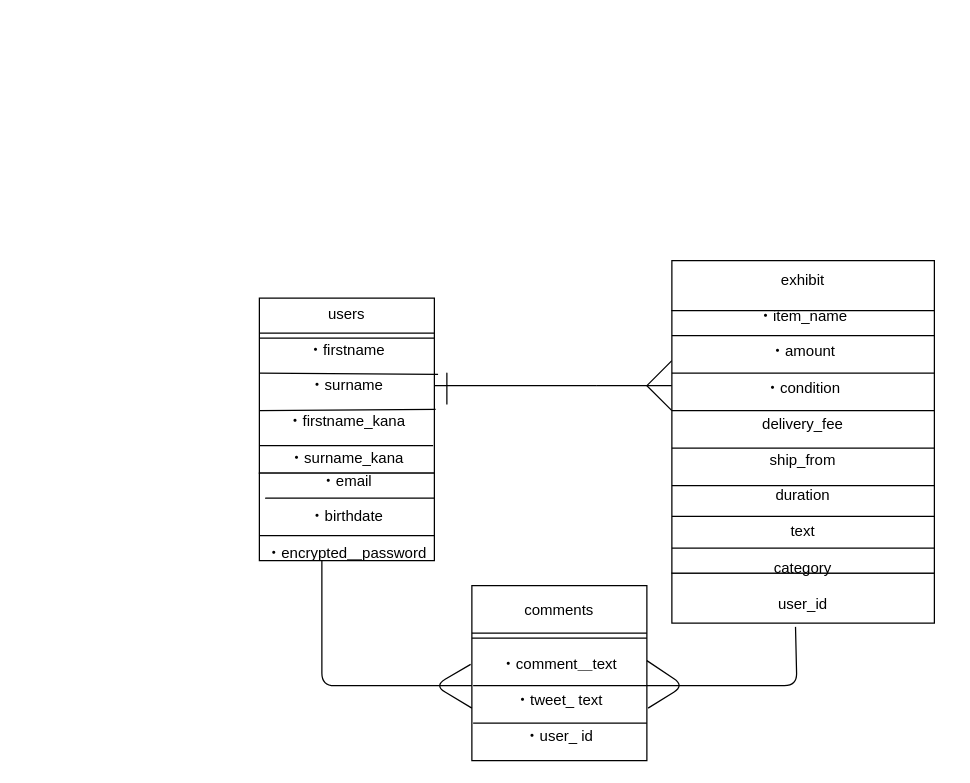
Earlier version of the draw.io diagram ER.dio (Layla3110/furima-29130). Source tidied: cells renumbered, new cells numbered last; positions are measured from the earlier drawing's top-left corner, leaving out a move shared by most shapes. Both pictures are drawn from the tidied source at 125%, with x=0, y=0 at pixel (259, 260).
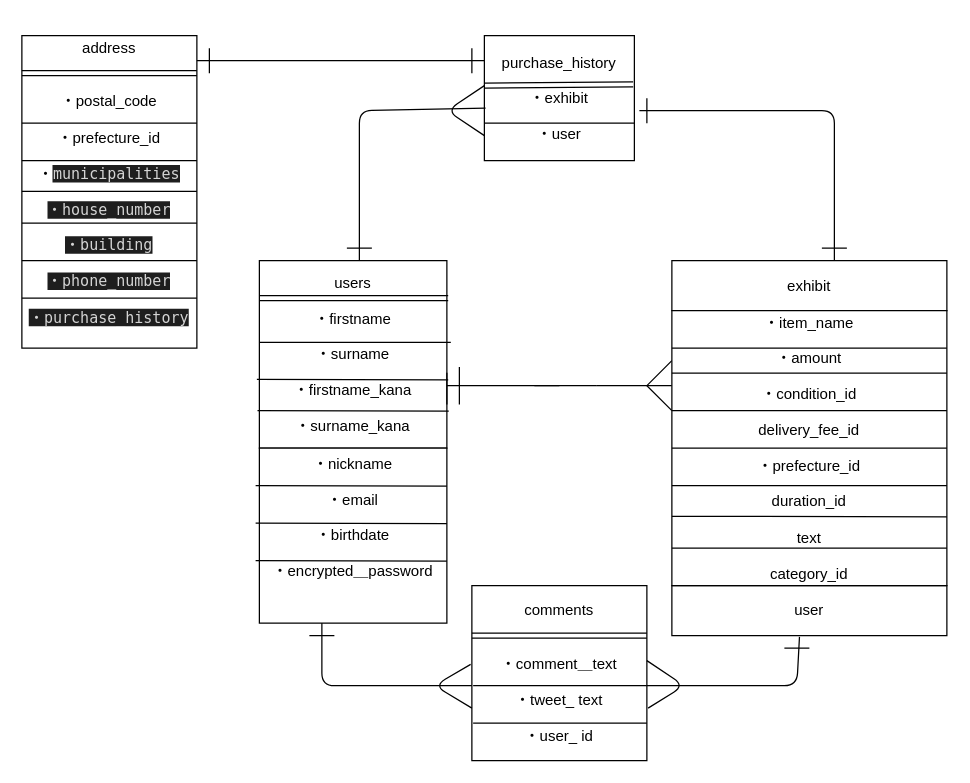
The same diagram, later.

Commit message:
テーブル設計１０

Diff of the diagram source:
```diff
@@
     <mxCell id="2" style="rounded=0;whiteSpace=wrap;html=1;" parent="1" vertex="1">
-      <mxGeometry x="330" width="210" height="40" as="geometry" />
+      <mxGeometry x="330" width="220" height="40" as="geometry" />
     </mxCell>
     <mxCell id="3" style="rounded=0;whiteSpace=wrap;html=1;" parent="1" vertex="1">
-      <mxGeometry x="330" y="250" width="210" height="40" as="geometry" />
+      <mxGeometry x="330" y="260" width="220" height="40" as="geometry" />
     </mxCell>
@@
     <mxCell id="8" value="users&lt;br&gt;&lt;br&gt;・firstname&lt;br&gt;&lt;br&gt;・surname&lt;br&gt;&lt;br&gt;・firstname_kana&lt;br&gt;&lt;br&gt;・surname_kana" style="whiteSpace=wrap;html=1;" parent="1" vertex="1">
-      <mxGeometry y="30" width="140" height="140" as="geometry" />
+      <mxGeometry width="150" height="150" as="geometry" />
     </mxCell>
-    <mxCell id="9" style="shape=link;html=1;" parent="1" edge="1">
+    <mxCell id="9" style="shape=link;html=1;entryX=1.007;entryY=0.2;entryDx=0;entryDy=0;entryPerimeter=0;" parent="1" edge="1" target="8">
       <mxGeometry relative="1" as="geometry">
-        <mxPoint y="60" as="sourcePoint" />
-        <mxPoint x="140" y="60" as="targetPoint" />
+        <mxPoint y="30" as="sourcePoint" />
       </mxGeometry>
     </mxCell>
-    <mxCell id="10" style="endArrow=none;html=1;" parent="1" edge="1">
-      <mxGeometry relative="1" as="geometry">
-        <mxPoint y="148" as="sourcePoint" />
-        <mxPoint x="139" y="148" as="targetPoint" />
-      </mxGeometry>
-    </mxCell>
-    <mxCell id="11" style="endArrow=none;html=1;entryX=1.021;entryY=0.436;entryDx=0;entryDy=0;entryPerimeter=0;" parent="1" edge="1" target="8">
-      <mxGeometry relative="1" as="geometry">
-        <mxPoint y="90" as="sourcePoint" />
-      </mxGeometry>
+    <mxCell id="11" style="endArrow=none;html=1;entryX=1.021;entryY=0.436;entryDx=0;entryDy=0;entryPerimeter=0;exitX=0;exitY=0.436;exitDx=0;exitDy=0;exitPerimeter=0;" parent="1" edge="1" source="8" target="8">
+      <mxGeometry relative="1" as="geometry" />
     </mxCell>
     <mxCell id="12" style="endArrow=none;html=1;entryX=1.007;entryY=0.636;entryDx=0;entryDy=0;entryPerimeter=0;" parent="1" edge="1" target="8">
       <mxGeometry relative="1" as="geometry">
-        <mxPoint y="120" as="sourcePoint" />
+        <mxPoint x="-2" y="95" as="sourcePoint" />
       </mxGeometry>
     </mxCell>
@@
-    <mxCell id="23" value="・email&lt;br&gt;&lt;br&gt;・birthdate&lt;br&gt;&lt;br&gt;・encrypted＿password" style="rounded=0;whiteSpace=wrap;html=1;" parent="1" vertex="1">
-      <mxGeometry y="170" width="140" height="70" as="geometry" />
+    <mxCell id="23" value="・nickname&lt;br&gt;&lt;br&gt;・email&lt;br&gt;&lt;br&gt;・birthdate&lt;br&gt;&lt;br&gt;・encrypted＿password&lt;br&gt;&lt;br&gt;&lt;br&gt;" style="rounded=0;whiteSpace=wrap;html=1;" parent="1" vertex="1">
+      <mxGeometry y="150" width="150" height="140" as="geometry" />
     </mxCell>
-    <mxCell id="24" style="endArrow=none;html=1;" parent="1" edge="1">
-      <mxGeometry relative="1" as="geometry">
-        <mxPoint x="110" y="190" as="sourcePoint" />
-        <mxPoint x="140" y="190" as="targetPoint" />
-        <Array as="points">
-          <mxPoint y="190" />
-          <mxPoint x="70" y="190" />
-        </Array>
-      </mxGeometry>
-    </mxCell>
-    <mxCell id="25" style="endArrow=none;html=1;" parent="1" edge="1">
-      <mxGeometry relative="1" as="geometry">
-        <mxPoint y="220" as="sourcePoint" />
-        <mxPoint x="140" y="220" as="targetPoint" />
-      </mxGeometry>
-    </mxCell>
-    <mxCell id="26" value="exhibit&lt;br&gt;&lt;br&gt;・item_name&lt;br&gt;&lt;br&gt;・amount&lt;br&gt;&lt;br&gt;・condition&lt;br&gt;&lt;br&gt;delivery_fee&lt;br&gt;&lt;br&gt;ship_from&lt;br&gt;&lt;br&gt;duration&lt;br&gt;&lt;br&gt;text&lt;br&gt;&lt;br&gt;category&lt;br&gt;&lt;br&gt;user_id" style="whiteSpace=wrap;html=1;" parent="1" vertex="1">
-      <mxGeometry x="330" y="40" width="210" height="210" as="geometry" />
+    <mxCell id="26" value="exhibit&lt;br&gt;&lt;br&gt;・item_name&lt;br&gt;&lt;br&gt;・amount&lt;br&gt;&lt;br&gt;・condition_id&lt;br&gt;&lt;br&gt;delivery_fee_id&lt;br&gt;&lt;br&gt;・prefecture_id&lt;br&gt;&lt;br&gt;duration_id&lt;br&gt;&lt;br&gt;text&lt;br&gt;&lt;br&gt;category_id&lt;br&gt;&lt;br&gt;user" style="whiteSpace=wrap;html=1;" parent="1" vertex="1">
+      <mxGeometry x="330" y="40" width="220" height="220" as="geometry" />
     </mxCell>
@@
     <mxCell id="28" style="endArrow=none;html=1;" parent="1" edge="1">
       <mxGeometry relative="1" as="geometry">
-        <mxPoint x="330" y="60" as="sourcePoint" />
-        <mxPoint x="540" y="60" as="targetPoint" />
+        <mxPoint x="330" y="70" as="sourcePoint" />
+        <mxPoint x="550" y="70" as="targetPoint" />
       </mxGeometry>
     </mxCell>
     <mxCell id="29" style="endArrow=none;html=1;" parent="1" edge="1">
       <mxGeometry relative="1" as="geometry">
         <mxPoint x="330" y="90" as="sourcePoint" />
-        <mxPoint x="540" y="90" as="targetPoint" />
+        <mxPoint x="550" y="90" as="targetPoint" />
       </mxGeometry>
     </mxCell>
     <mxCell id="30" style="endArrow=none;html=1;" parent="1" edge="1">
       <mxGeometry relative="1" as="geometry">
         <mxPoint x="330" y="120" as="sourcePoint" />
-        <mxPoint x="540" y="120" as="targetPoint" />
+        <mxPoint x="550" y="120" as="targetPoint" />
       </mxGeometry>
     </mxCell>
     <mxCell id="31" style="endArrow=none;html=1;" parent="1" edge="1">
       <mxGeometry relative="1" as="geometry">
         <mxPoint x="330" y="180" as="sourcePoint" />
-        <mxPoint x="540" y="180" as="targetPoint" />
+        <mxPoint x="550" y="180" as="targetPoint" />
       </mxGeometry>
     </mxCell>
     <mxCell id="32" style="endArrow=none;html=1;" parent="1" edge="1">
       <mxGeometry relative="1" as="geometry">
         <mxPoint x="330" y="204.5" as="sourcePoint" />
-        <mxPoint x="540" y="204.5" as="targetPoint" />
+        <mxPoint x="550" y="205" as="targetPoint" />
       </mxGeometry>
     </mxCell>
-    <mxCell id="33" style="endArrow=none;html=1;" parent="1" edge="1">
+    <mxCell id="33" style="endArrow=none;html=1;entryX=1;entryY=0.5;entryDx=0;entryDy=0;" parent="1" edge="1" target="26">
       <mxGeometry relative="1" as="geometry">
         <mxPoint x="330" y="150" as="sourcePoint" />
-        <mxPoint x="540" y="150" as="targetPoint" />
       </mxGeometry>
     </mxCell>
     <mxCell id="34" style="endArrow=none;html=1;" parent="1" edge="1">
       <mxGeometry relative="1" as="geometry">
         <mxPoint x="330" y="230" as="sourcePoint" />
-        <mxPoint x="540" y="230" as="targetPoint" />
+        <mxPoint x="550" y="230" as="targetPoint" />
       </mxGeometry>
     </mxCell>
-    <mxCell id="35" style="endArrow=none;html=1;entryX=0.471;entryY=1.075;entryDx=0;entryDy=0;entryPerimeter=0;" parent="1" edge="1" target="3">
+    <mxCell id="35" style="endArrow=none;html=1;entryX=0.464;entryY=1.025;entryDx=0;entryDy=0;entryPerimeter=0;" parent="1" edge="1" target="3">
       <mxGeometry relative="1" as="geometry">
         <mxPoint x="310" y="340" as="sourcePoint" />
         <Array as="points">
           <mxPoint x="430" y="340" />
         </Array>
       </mxGeometry>
     </mxCell>
+    <mxCell id="36" style="endArrow=none;html=1;entryX=1.007;entryY=0.636;entryDx=0;entryDy=0;entryPerimeter=0;" parent="1" edge="1">
+      <mxGeometry relative="1" as="geometry">
+        <mxPoint x="-1.5" y="120" as="sourcePoint" />
+        <mxPoint x="151.5" y="120.4" as="targetPoint" />
+      </mxGeometry>
+    </mxCell>
+    <mxCell id="37" style="endArrow=none;html=1;entryX=1.007;entryY=0.636;entryDx=0;entryDy=0;entryPerimeter=0;" parent="1" edge="1">
+      <mxGeometry relative="1" as="geometry">
+        <mxPoint x="-3" y="240" as="sourcePoint" />
+        <mxPoint x="150" y="240.4" as="targetPoint" />
+      </mxGeometry>
+    </mxCell>
+    <mxCell id="38" style="endArrow=none;html=1;entryX=1.007;entryY=0.636;entryDx=0;entryDy=0;entryPerimeter=0;" parent="1" edge="1">
+      <mxGeometry relative="1" as="geometry">
+        <mxPoint x="-3" y="210" as="sourcePoint" />
+        <mxPoint x="150" y="210.4" as="targetPoint" />
+      </mxGeometry>
+    </mxCell>
+    <mxCell id="39" style="endArrow=none;html=1;entryX=1.007;entryY=0.636;entryDx=0;entryDy=0;entryPerimeter=0;" parent="1" edge="1">
+      <mxGeometry relative="1" as="geometry">
+        <mxPoint x="-3" y="180" as="sourcePoint" />
+        <mxPoint x="150" y="180.4" as="targetPoint" />
+      </mxGeometry>
+    </mxCell>
+    <mxCell id="40" value="purchase_history&lt;br&gt;&lt;br&gt;・exhibit&lt;br&gt;&lt;br&gt;・user" style="rounded=0;whiteSpace=wrap;html=1;" parent="1" vertex="1">
+      <mxGeometry x="180" y="-180" width="120" height="100" as="geometry" />
+    </mxCell>
+    <mxCell id="41" style="endArrow=none;html=1;" parent="1" edge="1">
+      <mxGeometry relative="1" as="geometry">
+        <mxPoint x="180" y="-110" as="sourcePoint" />
+        <mxPoint x="300" y="-110" as="targetPoint" />
+      </mxGeometry>
+    </mxCell>
+    <mxCell id="42" style="shape=link;html=1;entryX=0.992;entryY=0.39;entryDx=0;entryDy=0;entryPerimeter=0;" parent="1" edge="1" target="40">
+      <mxGeometry relative="1" as="geometry">
+        <mxPoint x="180" y="-140" as="sourcePoint" />
+      </mxGeometry>
+    </mxCell>
+    <mxCell id="43" value="&lt;br&gt;address&lt;br&gt;&lt;br&gt;&lt;br&gt;・postal_code&lt;br&gt;&lt;br&gt;・prefecture_id&lt;br&gt;&lt;br&gt;・&lt;span style=&quot;background-color: rgb(30 , 30 , 30) ; color: rgb(212 , 212 , 212) ; font-family: &amp;#34;menlo&amp;#34; , &amp;#34;monaco&amp;#34; , &amp;#34;courier new&amp;#34; , monospace&quot;&gt;municipalities&lt;br&gt;&lt;br&gt;・house_number&lt;br&gt;&lt;br&gt;・building&lt;br&gt;&lt;br&gt;・phone_number&lt;br&gt;&lt;br&gt;・purchase_history&lt;br&gt;&lt;br&gt;&lt;br&gt;&lt;/span&gt;" style="rounded=0;whiteSpace=wrap;html=1;" parent="1" vertex="1">
+      <mxGeometry x="-190" y="-180" width="140" height="250" as="geometry" />
+    </mxCell>
+    <mxCell id="44" style="shape=link;html=1;" parent="1" edge="1">
+      <mxGeometry relative="1" as="geometry">
+        <mxPoint x="-50" y="-150" as="sourcePoint" />
+        <mxPoint x="-190" y="-150" as="targetPoint" />
+      </mxGeometry>
+    </mxCell>
+    <mxCell id="45" style="endArrow=none;html=1;" parent="1" edge="1">
+      <mxGeometry relative="1" as="geometry">
+        <mxPoint x="-190" y="30" as="sourcePoint" />
+        <mxPoint x="-50" y="30" as="targetPoint" />
+      </mxGeometry>
+    </mxCell>
+    <mxCell id="46" style="endArrow=none;html=1;" parent="1" edge="1">
+      <mxGeometry relative="1" as="geometry">
+        <mxPoint x="-190" as="sourcePoint" />
+        <mxPoint x="-50" as="targetPoint" />
+      </mxGeometry>
+    </mxCell>
+    <mxCell id="47" style="endArrow=none;html=1;" parent="1" edge="1">
+      <mxGeometry relative="1" as="geometry">
+        <mxPoint x="-190" y="-30" as="sourcePoint" />
+        <mxPoint x="-50" y="-30" as="targetPoint" />
+      </mxGeometry>
+    </mxCell>
+    <mxCell id="48" style="endArrow=none;html=1;" parent="1" edge="1">
+      <mxGeometry relative="1" as="geometry">
+        <mxPoint x="-190" y="-55.5" as="sourcePoint" />
+        <mxPoint x="-50" y="-55.5" as="targetPoint" />
+      </mxGeometry>
+    </mxCell>
+    <mxCell id="49" style="endArrow=none;html=1;" parent="1" edge="1">
+      <mxGeometry relative="1" as="geometry">
+        <mxPoint x="-190" y="-80" as="sourcePoint" />
+        <mxPoint x="-50" y="-80" as="targetPoint" />
+      </mxGeometry>
+    </mxCell>
+    <mxCell id="50" style="endArrow=none;html=1;" parent="1" edge="1">
+      <mxGeometry relative="1" as="geometry">
+        <mxPoint x="-190" y="-110" as="sourcePoint" />
+        <mxPoint x="-50" y="-110" as="targetPoint" />
+      </mxGeometry>
+    </mxCell>
+    <mxCell id="51" style="endArrow=none;html=1;entryX=0.008;entryY=0.58;entryDx=0;entryDy=0;entryPerimeter=0;" parent="1" edge="1" target="40">
+      <mxGeometry relative="1" as="geometry">
+        <mxPoint x="80" as="sourcePoint" />
+        <Array as="points">
+          <mxPoint x="80" y="-120" />
+        </Array>
+      </mxGeometry>
+    </mxCell>
+    <mxCell id="52" style="endArrow=none;html=1;" parent="1" edge="1">
+      <mxGeometry relative="1" as="geometry">
+        <mxPoint x="180" y="-100" as="sourcePoint" />
+        <mxPoint x="180" y="-140" as="targetPoint" />
+        <Array as="points">
+          <mxPoint x="150" y="-120" />
+        </Array>
+      </mxGeometry>
+    </mxCell>
+    <mxCell id="53" style="endArrow=none;html=1;" parent="1" edge="1">
+      <mxGeometry relative="1" as="geometry">
+        <mxPoint x="460" as="sourcePoint" />
+        <mxPoint x="304" y="-120" as="targetPoint" />
+        <Array as="points">
+          <mxPoint x="460" y="-120" />
+        </Array>
+      </mxGeometry>
+    </mxCell>
+    <mxCell id="54" style="endArrow=none;html=1;" parent="1" edge="1">
+      <mxGeometry relative="1" as="geometry">
+        <mxPoint x="-50" y="-160" as="sourcePoint" />
+        <mxPoint x="180" y="-160" as="targetPoint" />
+        <Array as="points">
+          <mxPoint x="60" y="-160" />
+        </Array>
+      </mxGeometry>
+    </mxCell>
+    <mxCell id="55" style="endArrow=none;html=1;" parent="1" edge="1">
+      <mxGeometry relative="1" as="geometry">
+        <mxPoint x="310" y="-110" as="sourcePoint" />
+        <mxPoint x="310" y="-130" as="targetPoint" />
+      </mxGeometry>
+    </mxCell>
+    <mxCell id="56" style="endArrow=none;html=1;" parent="1" edge="1">
+      <mxGeometry relative="1" as="geometry">
+        <mxPoint x="160" y="115" as="sourcePoint" />
+        <mxPoint x="160" y="85" as="targetPoint" />
+        <Array as="points">
+          <mxPoint x="160" y="105" />
+        </Array>
+      </mxGeometry>
+    </mxCell>
+    <mxCell id="57" style="endArrow=none;html=1;" parent="1" edge="1">
+      <mxGeometry relative="1" as="geometry">
+        <mxPoint x="-40" y="-150" as="sourcePoint" />
+        <mxPoint x="-40" y="-170" as="targetPoint" />
+      </mxGeometry>
+    </mxCell>
+    <mxCell id="58" style="endArrow=none;html=1;" parent="1" edge="1">
+      <mxGeometry relative="1" as="geometry">
+        <mxPoint x="170" y="-150" as="sourcePoint" />
+        <mxPoint x="170" y="-170" as="targetPoint" />
+      </mxGeometry>
+    </mxCell>
+    <mxCell id="59" style="endArrow=none;html=1;" parent="1" edge="1">
+      <mxGeometry relative="1" as="geometry">
+        <mxPoint x="70" y="-10" as="sourcePoint" />
+        <mxPoint x="90" y="-10" as="targetPoint" />
+      </mxGeometry>
+    </mxCell>
+    <mxCell id="60" style="endArrow=none;html=1;" parent="1" edge="1">
+      <mxGeometry relative="1" as="geometry">
+        <mxPoint x="450" y="-10" as="sourcePoint" />
+        <mxPoint x="470" y="-10" as="targetPoint" />
+      </mxGeometry>
+    </mxCell>
+    <mxCell id="61" style="endArrow=none;html=1;" parent="1" edge="1">
+      <mxGeometry relative="1" as="geometry">
+        <mxPoint x="220" y="100" as="sourcePoint" />
+        <mxPoint x="240" y="100" as="targetPoint" />
+      </mxGeometry>
+    </mxCell>
+    <mxCell id="62" style="endArrow=none;html=1;" parent="1" edge="1">
+      <mxGeometry relative="1" as="geometry">
+        <mxPoint x="40" y="300" as="sourcePoint" />
+        <mxPoint x="60" y="300" as="targetPoint" />
+      </mxGeometry>
+    </mxCell>
+    <mxCell id="63" style="endArrow=none;html=1;" parent="1" edge="1">
+      <mxGeometry relative="1" as="geometry">
+        <mxPoint x="420" y="310" as="sourcePoint" />
+        <mxPoint x="440" y="310" as="targetPoint" />
+      </mxGeometry>
+    </mxCell>
```
